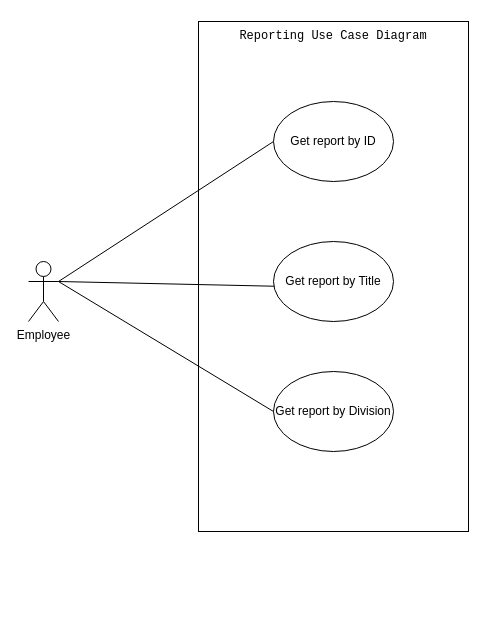
Earlier version of the draw.io diagram Diagram/UseCase2.drawio (linnypham/CSC3350_project). Source tidied: cells renumbered, new cells numbered last; positions are measured from the earlier drawing's top-left corner, leaving out a move shared by most shapes. Both pictures are drawn from the tidied source at 100%, with x=0, y=0 at pixel (28, 21).
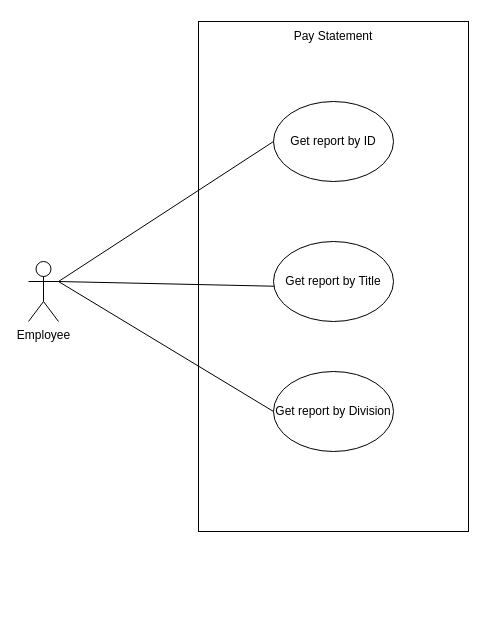
The same page after the edit.

Change to the diagram source:
```diff
@@
 <mxGraphModel>
   <root>
     <mxCell id="0" />
     <mxCell id="1" parent="0" />
     <mxCell id="2" style="group;" parent="1" vertex="1">
       <mxGeometry x="170" width="270" height="580" as="geometry" />
     </mxCell>
     <mxCell id="3" style="rounded=0;whiteSpace=wrap;html=1;" parent="2" vertex="1">
       <mxGeometry width="270" height="510" as="geometry" />
     </mxCell>
-    <mxCell id="4" value="&lt;pre class=&quot;notranslate&quot;&gt;&lt;code&gt;Reporting Use Case Diagram&lt;/code&gt;&lt;/pre&gt;" style="text;html=1;align=center;verticalAlign=middle;whiteSpace=wrap;rounded=0;" parent="2" vertex="1">
+    <mxCell id="4" value="Pay Statement" style="text;html=1;align=center;verticalAlign=middle;whiteSpace=wrap;rounded=0;" parent="2" vertex="1">
       <mxGeometry width="270" height="30" as="geometry" />
     </mxCell>
     <mxCell id="5" value="Get report by ID" style="ellipse;whiteSpace=wrap;html=1;" parent="2" vertex="1">
       <mxGeometry x="75" y="80" width="120" height="80" as="geometry" />
     </mxCell>
     <mxCell id="6" value="Get report by Title" style="ellipse;whiteSpace=wrap;html=1;" parent="2" vertex="1">
       <mxGeometry x="75" y="220" width="120" height="80" as="geometry" />
     </mxCell>
     <mxCell id="7" value="Get report by Division" style="ellipse;whiteSpace=wrap;html=1;" parent="2" vertex="1">
       <mxGeometry x="75" y="350" width="120" height="80" as="geometry" />
     </mxCell>
     <mxCell id="8" style="edgeStyle=orthogonalEdgeStyle;rounded=0;orthogonalLoop=1;jettySize=auto;html=1;exitX=0.5;exitY=1;exitDx=0;exitDy=0;" parent="2" edge="1" source="3" target="3">
       <mxGeometry relative="1" as="geometry" />
     </mxCell>
     <mxCell id="9" value="Employee" style="shape=umlActor;verticalLabelPosition=bottom;verticalAlign=top;html=1;outlineConnect=0;" parent="1" vertex="1">
       <mxGeometry y="240" width="30" height="60" as="geometry" />
     </mxCell>
     <mxCell id="10" style="endArrow=none;html=1;rounded=0;exitX=1;exitY=0.3333333333333333;exitDx=0;exitDy=0;exitPerimeter=0;entryX=0;entryY=0.5;entryDx=0;entryDy=0;" parent="1" edge="1" source="9" target="5">
       <mxGeometry relative="1" as="geometry" />
     </mxCell>
     <mxCell id="11" style="endArrow=none;html=1;rounded=0;exitX=1;exitY=0.3333333333333333;exitDx=0;exitDy=0;exitPerimeter=0;entryX=0.007;entryY=0.559;entryDx=0;entryDy=0;entryPerimeter=0;" parent="1" edge="1" source="9" target="6">
       <mxGeometry relative="1" as="geometry" />
     </mxCell>
     <mxCell id="12" style="endArrow=none;html=1;rounded=0;entryX=0;entryY=0.5;entryDx=0;entryDy=0;" parent="1" edge="1" target="7">
       <mxGeometry relative="1" as="geometry">
         <mxPoint x="30" y="260" as="sourcePoint" />
       </mxGeometry>
     </mxCell>
   </root>
 </mxGraphModel>
```
